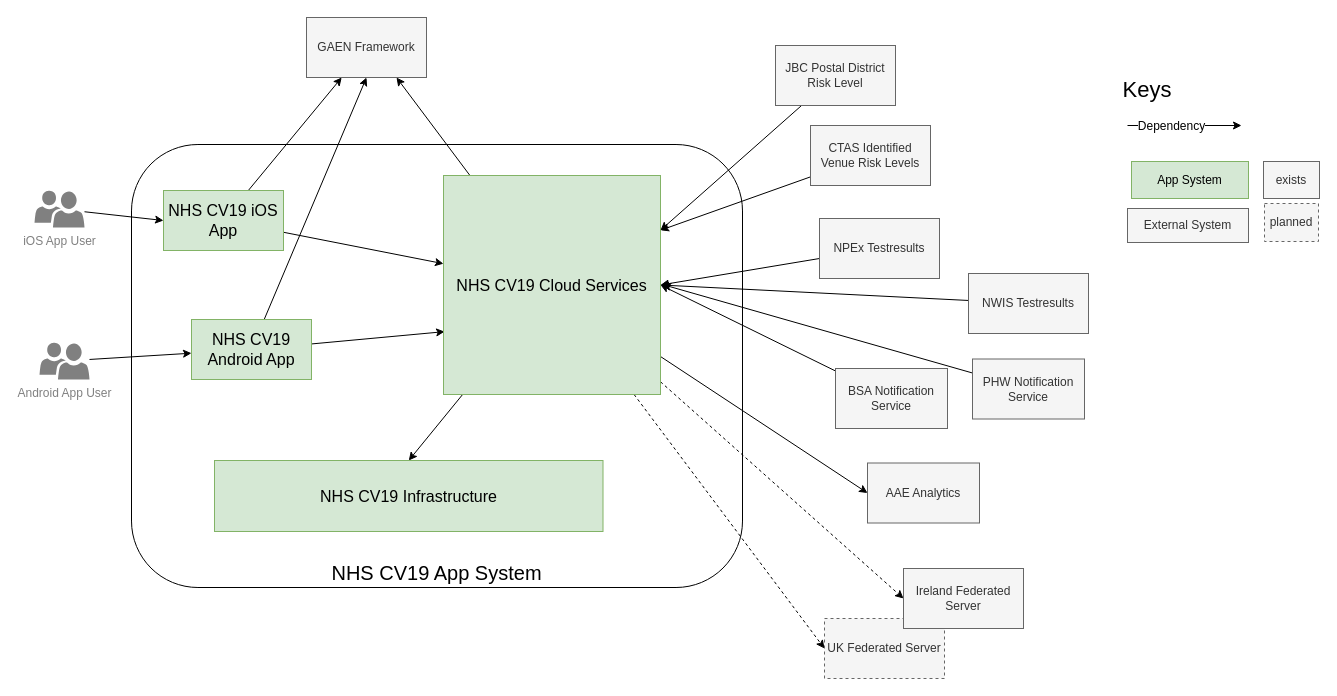
Above: page "sys-overview" (1 of 2) of doc/architecture/diagrams/cv19-app-system-architecture.drawio in ukhsa-collaboration/covid19-app-system-public (draw.io), before the change. Source tidied: cells renumbered, new cells numbered last; positions are measured from the earlier drawing's top-left corner, leaving out a move shared by most shapes. Both pictures are drawn from the tidied source at 100%, with x=0, y=0 at pixel (34, 17).
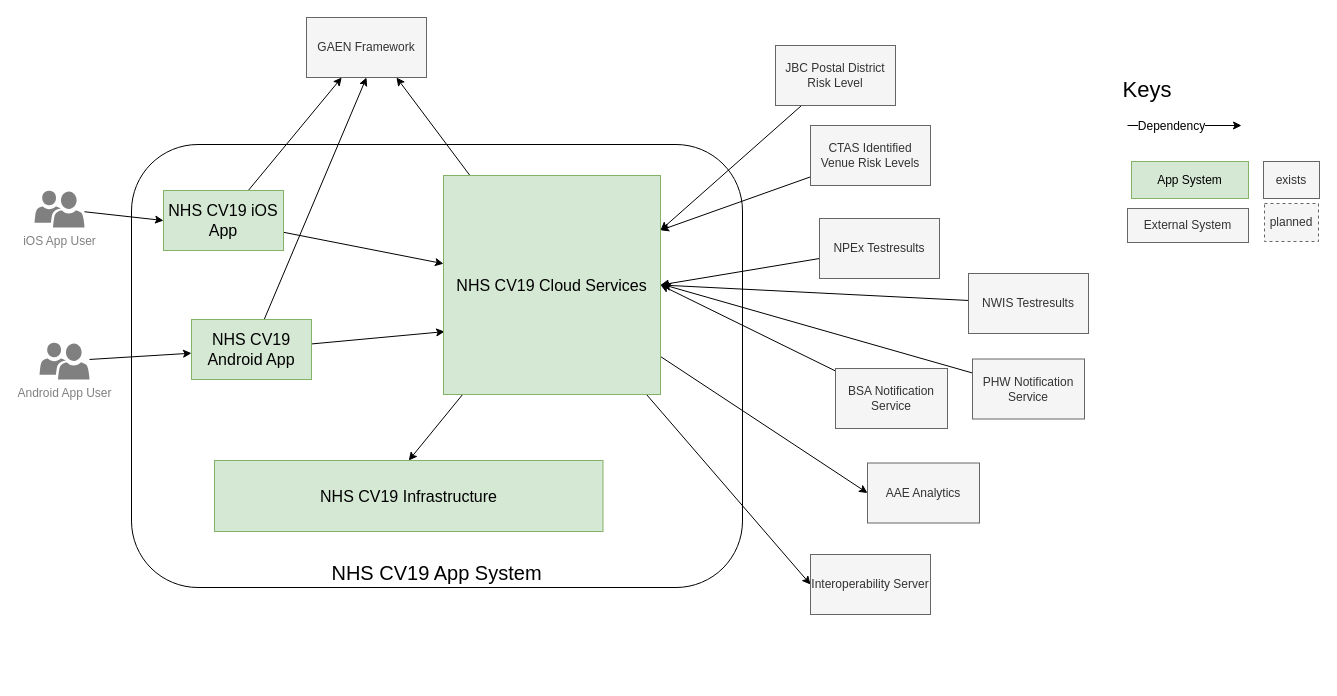
After the change.

The change refers to these unchanged cells:
```xml
<mxCell id="15" value="NHS CV19 Cloud Services" style="rounded=0;whiteSpace=wrap;html=1;fillColor=#d5e8d4;strokeColor=#82b366;fontSize=16;" parent="1" vertex="1">
  <mxGeometry x="409" y="158" width="217" height="219" as="geometry" />
</mxCell>
```

Change to the diagram source:
```diff
@@
-    <mxCell id="12" style="edgeStyle=none;rounded=0;jettySize=auto;html=1;entryX=0;entryY=0.5;entryDx=0;entryDy=0;dashed=1;" parent="1" edge="1" source="15" target="27">
-      <mxGeometry relative="1" as="geometry" />
-    </mxCell>
-    <mxCell id="13" style="edgeStyle=none;rounded=0;jettySize=auto;html=1;entryX=0;entryY=0.5;entryDx=0;entryDy=0;dashed=1;" parent="1" edge="1" source="15" target="28">
+    <mxCell id="13" style="rounded=0;jettySize=auto;html=1;entryX=0;entryY=0.5;entryDx=0;entryDy=0;" parent="1" edge="1" source="15" target="28">
       <mxGeometry relative="1" as="geometry" />
     </mxCell>
@@
-    <mxCell id="27" value="UK Federated Server" style="rounded=0;whiteSpace=wrap;html=1;dashed=1;fillColor=#f5f5f5;strokeColor=#666666;fontColor=#333333;" parent="1" vertex="1">
-      <mxGeometry x="790" y="601" width="120" height="60" as="geometry" />
-    </mxCell>
-    <mxCell id="28" value="Ireland Federated Server" style="rounded=0;whiteSpace=wrap;html=1;fillColor=#f5f5f5;strokeColor=#666666;fontColor=#333333;" parent="1" vertex="1">
-      <mxGeometry x="869" y="551" width="120" height="60" as="geometry" />
+    <mxCell id="28" value="Interoperability Server" style="rounded=0;whiteSpace=wrap;html=1;fillColor=#f5f5f5;strokeColor=#666666;fontColor=#333333;" parent="1" vertex="1">
+      <mxGeometry x="776" y="537" width="120" height="60" as="geometry" />
     </mxCell>
```
